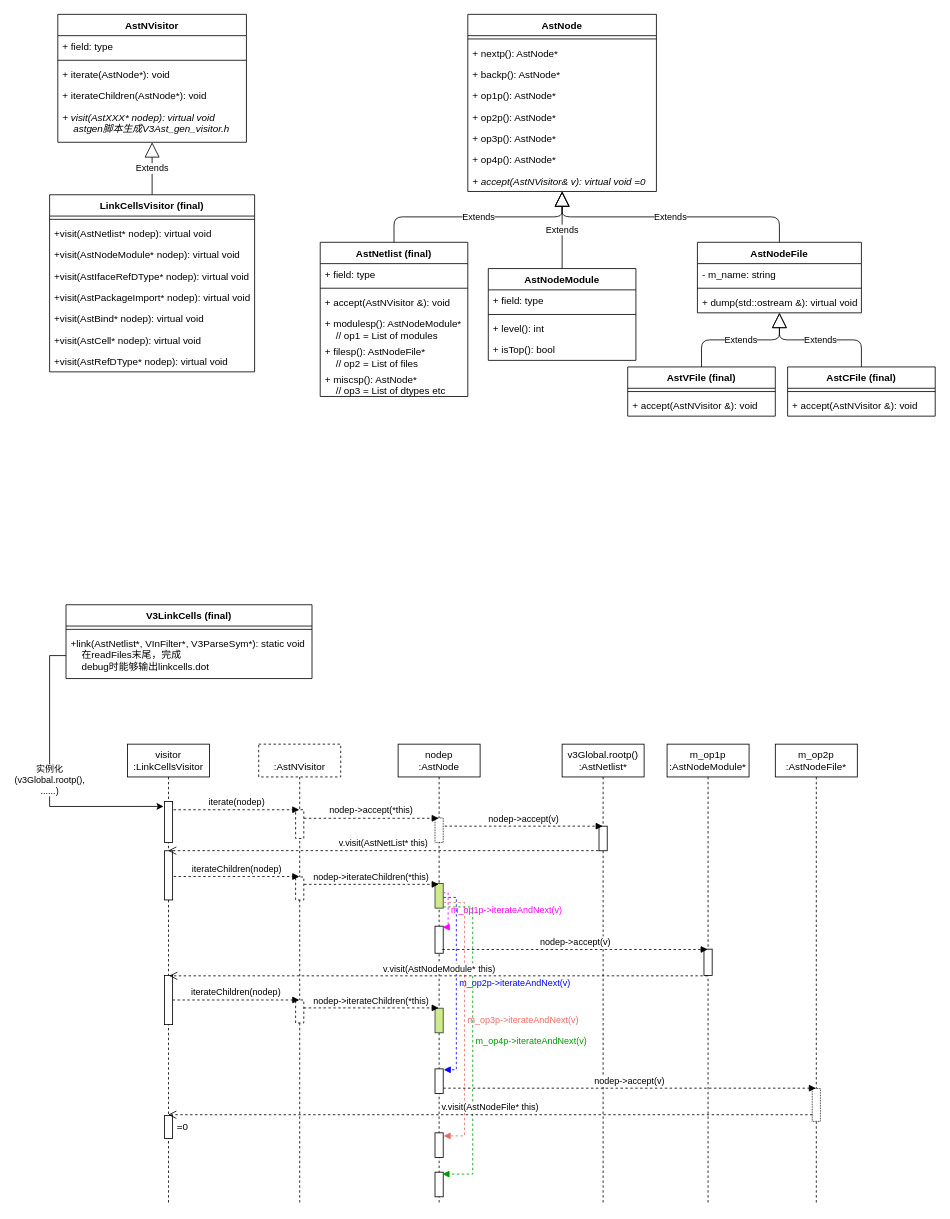
Dercury/CLDK keeps this draw.io diagram as verilator_digrams/V3LinkCells.drawio. Above is the earlier version. Source tidied: cells renumbered, new cells numbered last; positions are measured from the earlier drawing's top-left corner, leaving out a move shared by most shapes. Both pictures are drawn from the tidied source at 82%, with x=0, y=0 at pixel (49, 14).
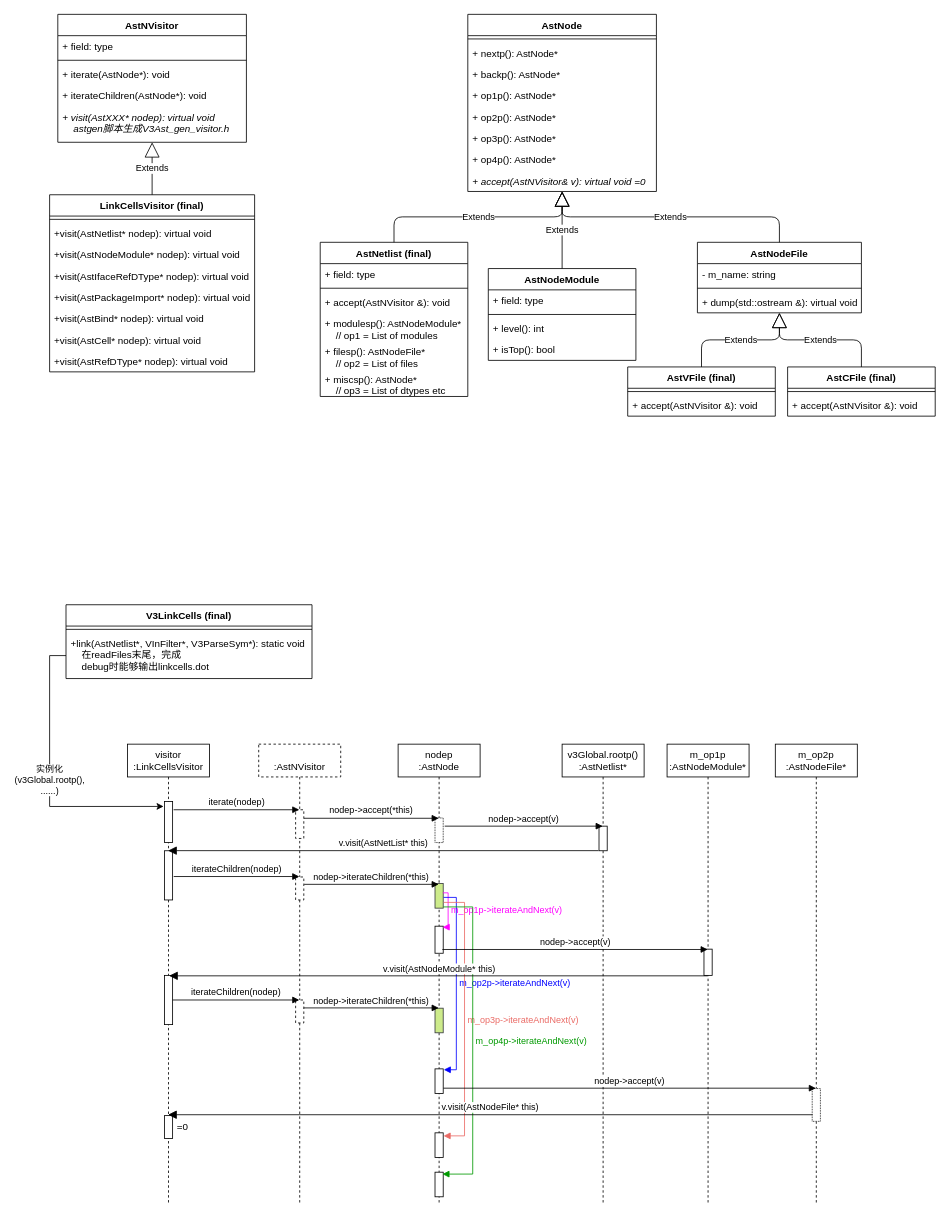
Above is the later version.

Unchanged cells that the change refers to:
```xml
<mxCell id="5" value="visitor&lt;br&gt;:LinkCellsVisitor" style="shape=umlLifeline;perimeter=lifelinePerimeter;whiteSpace=wrap;html=1;outlineConnect=0;" parent="1" vertex="1">
  <mxGeometry x="95" y="890" width="100" height="562" as="geometry" />
</mxCell>
<mxCell id="6" style="html=1;points=[];perimeter=orthogonalPerimeter;" parent="5" vertex="1">
  <mxGeometry x="45" y="70" width="10" height="50" as="geometry" />
</mxCell>
<mxCell id="7" style="html=1;points=[];perimeter=orthogonalPerimeter;" parent="5" vertex="1">
  <mxGeometry x="45" y="130" width="10" height="60" as="geometry" />
</mxCell>
<mxCell id="8" style="html=1;points=[];perimeter=orthogonalPerimeter;" parent="5" vertex="1">
  <mxGeometry x="45" y="282" width="10" height="60" as="geometry" />
</mxCell>
<mxCell id="28" value="v3Global.rootp()&lt;br&gt;:AstNetlist*" style="shape=umlLifeline;perimeter=lifelinePerimeter;whiteSpace=wrap;html=1;outlineConnect=0;" parent="1" vertex="1">
  <mxGeometry x="625" y="890" width="100" height="562" as="geometry" />
</mxCell>
<mxCell id="29" style="html=1;points=[];perimeter=orthogonalPerimeter;" parent="28" vertex="1">
  <mxGeometry x="45" y="100" width="10" height="30" as="geometry" />
</mxCell>
<mxCell id="30" value="&lt;br&gt;:AstNVisitor" style="shape=umlLifeline;perimeter=lifelinePerimeter;whiteSpace=wrap;html=1;outlineConnect=0;dashed=1;" parent="1" vertex="1">
  <mxGeometry x="255" y="890" width="100" height="562" as="geometry" />
</mxCell>
<mxCell id="31" style="html=1;points=[];perimeter=orthogonalPerimeter;dashed=1;" parent="30" vertex="1">
  <mxGeometry x="45" y="80" width="10" height="35" as="geometry" />
</mxCell>
<mxCell id="32" style="html=1;points=[];perimeter=orthogonalPerimeter;dashed=1;" parent="30" vertex="1">
  <mxGeometry x="45" y="162" width="10" height="28" as="geometry" />
</mxCell>
<mxCell id="33" style="html=1;points=[];perimeter=orthogonalPerimeter;dashed=1;" parent="30" vertex="1">
  <mxGeometry x="45" y="312" width="10" height="28" as="geometry" />
</mxCell>
<mxCell id="34" value="nodep&lt;br&gt;:AstNode" style="shape=umlLifeline;perimeter=lifelinePerimeter;whiteSpace=wrap;html=1;outlineConnect=0;" parent="1" vertex="1">
  <mxGeometry x="425" y="890" width="100" height="562" as="geometry" />
</mxCell>
<mxCell id="35" style="html=1;points=[];perimeter=orthogonalPerimeter;dashed=1;dashPattern=1 1;" parent="34" vertex="1">
  <mxGeometry x="45" y="90" width="10" height="30" as="geometry" />
</mxCell>
<mxCell id="36" style="html=1;points=[];perimeter=orthogonalPerimeter;fillColor=#cdeb8b;strokeColor=#36393d;" parent="34" vertex="1">
  <mxGeometry x="45" y="170" width="10" height="30" as="geometry" />
</mxCell>
<mxCell id="37" style="html=1;points=[];perimeter=orthogonalPerimeter;" parent="34" vertex="1">
  <mxGeometry x="45" y="222" width="10" height="33" as="geometry" />
</mxCell>
<mxCell id="39" style="html=1;points=[];perimeter=orthogonalPerimeter;" parent="34" vertex="1">
  <mxGeometry x="45" y="396" width="10" height="30" as="geometry" />
</mxCell>
<mxCell id="41" style="html=1;points=[];perimeter=orthogonalPerimeter;" parent="34" vertex="1">
  <mxGeometry x="45" y="474" width="10" height="30" as="geometry" />
</mxCell>
<mxCell id="43" style="html=1;points=[];perimeter=orthogonalPerimeter;" parent="34" vertex="1">
  <mxGeometry x="45" y="522" width="10" height="30" as="geometry" />
</mxCell>
<mxCell id="69" value="m_op1p&lt;br&gt;:AstNodeModule*" style="shape=umlLifeline;perimeter=lifelinePerimeter;whiteSpace=wrap;html=1;outlineConnect=0;" parent="1" vertex="1">
  <mxGeometry x="753" y="890" width="100" height="562" as="geometry" />
</mxCell>
<mxCell id="71" value="m_op2p&lt;br&gt;:AstNodeFile*" style="shape=umlLifeline;perimeter=lifelinePerimeter;whiteSpace=wrap;html=1;outlineConnect=0;" parent="1" vertex="1">
  <mxGeometry x="885" y="890" width="100" height="562" as="geometry" />
</mxCell>
<mxCell id="72" style="html=1;points=[];perimeter=orthogonalPerimeter;dashed=1;dashPattern=1 1;" parent="71" vertex="1">
  <mxGeometry x="45" y="420" width="10" height="40" as="geometry" />
</mxCell>
```

Change to the diagram source:
```diff
@@
-    <mxCell id="38" value="m_op1p-&amp;gt;iterateAndNext(v)" style="edgeStyle=orthogonalEdgeStyle;html=1;align=left;spacingLeft=2;endArrow=block;rounded=0;dashed=1;exitX=0.967;exitY=0.378;exitDx=0;exitDy=0;exitPerimeter=0;entryX=0.933;entryY=0.035;entryDx=0;entryDy=0;entryPerimeter=0;strokeColor=#FF00FF;fontColor=#FF00FF;" parent="34" edge="1" source="36" target="37">
+    <mxCell id="38" value="m_op1p-&amp;gt;iterateAndNext(v)" style="edgeStyle=orthogonalEdgeStyle;html=1;align=left;spacingLeft=2;endArrow=block;rounded=0;exitX=0.967;exitY=0.378;exitDx=0;exitDy=0;exitPerimeter=0;entryX=0.933;entryY=0.035;entryDx=0;entryDy=0;entryPerimeter=0;strokeColor=#FF00FF;fontColor=#FF00FF;" parent="34" edge="1" source="36" target="37">
       <mxGeometry relative="1" as="geometry">
         <Array as="points">
           <mxPoint x="61" y="181" />
           <mxPoint x="61" y="223" />
         </Array>
       </mxGeometry>
     </mxCell>
@@
-    <mxCell id="40" value="m_op2p-&amp;gt;iterateAndNext(v)" style="edgeStyle=orthogonalEdgeStyle;html=1;align=left;spacingLeft=2;endArrow=block;rounded=0;dashed=1;exitX=1.043;exitY=0.562;exitDx=0;exitDy=0;exitPerimeter=0;entryX=1.067;entryY=0.035;entryDx=0;entryDy=0;entryPerimeter=0;strokeColor=#0000FF;fontColor=#0000FF;" parent="34" edge="1" source="36" target="39">
+    <mxCell id="40" value="m_op2p-&amp;gt;iterateAndNext(v)" style="edgeStyle=orthogonalEdgeStyle;html=1;align=left;spacingLeft=2;endArrow=block;rounded=0;exitX=1.043;exitY=0.562;exitDx=0;exitDy=0;exitPerimeter=0;entryX=1.067;entryY=0.035;entryDx=0;entryDy=0;entryPerimeter=0;strokeColor=#0000FF;fontColor=#0000FF;" parent="34" edge="1" source="36" target="39">
       <mxGeometry relative="1" as="geometry">
         <Array as="points">
           <mxPoint x="71" y="187" />
           <mxPoint x="71" y="397" />
         </Array>
       </mxGeometry>
     </mxCell>
@@
-    <mxCell id="42" value="m_op3p-&amp;gt;iterateAndNext(v)" style="edgeStyle=orthogonalEdgeStyle;html=1;align=left;spacingLeft=2;endArrow=block;rounded=0;dashed=1;exitX=1.058;exitY=0.766;exitDx=0;exitDy=0;exitPerimeter=0;entryX=1.043;entryY=0.124;entryDx=0;entryDy=0;entryPerimeter=0;fontColor=#EA6B66;strokeColor=#EA6B66;" parent="34" edge="1" source="36" target="41">
+    <mxCell id="42" value="m_op3p-&amp;gt;iterateAndNext(v)" style="edgeStyle=orthogonalEdgeStyle;html=1;align=left;spacingLeft=2;endArrow=block;rounded=0;exitX=1.058;exitY=0.766;exitDx=0;exitDy=0;exitPerimeter=0;entryX=1.043;entryY=0.124;entryDx=0;entryDy=0;entryPerimeter=0;fontColor=#EA6B66;strokeColor=#EA6B66;" parent="34" edge="1" source="36" target="41">
       <mxGeometry relative="1" as="geometry">
         <Array as="points">
           <mxPoint x="81" y="193" />
           <mxPoint x="81" y="478" />
         </Array>
       </mxGeometry>
     </mxCell>
@@
-    <mxCell id="44" value="m_op4p-&amp;gt;iterateAndNext(v)" style="edgeStyle=orthogonalEdgeStyle;html=1;align=left;spacingLeft=2;endArrow=block;rounded=0;dashed=1;exitX=1.017;exitY=0.95;exitDx=0;exitDy=0;exitPerimeter=0;entryX=0.906;entryY=0.078;entryDx=0;entryDy=0;entryPerimeter=0;fontColor=#009900;strokeColor=#009900;" parent="34" edge="1" source="36" target="43">
+    <mxCell id="44" value="m_op4p-&amp;gt;iterateAndNext(v)" style="edgeStyle=orthogonalEdgeStyle;html=1;align=left;spacingLeft=2;endArrow=block;rounded=0;exitX=1.017;exitY=0.95;exitDx=0;exitDy=0;exitPerimeter=0;entryX=0.906;entryY=0.078;entryDx=0;entryDy=0;entryPerimeter=0;fontColor=#009900;strokeColor=#009900;" parent="34" edge="1" source="36" target="43">
       <mxGeometry relative="1" as="geometry">
         <Array as="points">
           <mxPoint x="91" y="199" />
           <mxPoint x="91" y="524" />
         </Array>
       </mxGeometry>
     </mxCell>
@@
-    <mxCell id="46" value="iterate(nodep)" style="html=1;verticalAlign=bottom;endArrow=block;dashed=1;exitX=1.12;exitY=0.2;exitDx=0;exitDy=0;exitPerimeter=0;" parent="1" edge="1" source="6" target="30">
+    <mxCell id="46" value="iterate(nodep)" style="html=1;verticalAlign=bottom;endArrow=block;exitX=1.12;exitY=0.2;exitDx=0;exitDy=0;exitPerimeter=0;" parent="1" edge="1" source="6" target="30">
       <mxGeometry relative="1" as="geometry" />
     </mxCell>
-    <mxCell id="47" value="v.visit(AstNetList* this)" style="html=1;verticalAlign=bottom;endArrow=open;dashed=1;endSize=8;exitX=-0.067;exitY=0.996;exitDx=0;exitDy=0;exitPerimeter=0;" parent="1" edge="1" source="29" target="5">
+    <mxCell id="47" value="v.visit(AstNetList* this)" style="html=1;verticalAlign=bottom;endArrow=block;endSize=8;exitX=-0.067;exitY=0.996;exitDx=0;exitDy=0;exitPerimeter=0;endFill=1;" parent="1" edge="1" source="29" target="5">
       <mxGeometry relative="1" as="geometry" />
     </mxCell>
-    <mxCell id="48" value="nodep-&amp;gt;accept(*this)" style="html=1;verticalAlign=bottom;endArrow=block;dashed=1;exitX=1.02;exitY=0.297;exitDx=0;exitDy=0;exitPerimeter=0;" parent="1" edge="1" source="31" target="34">
+    <mxCell id="48" value="nodep-&amp;gt;accept(*this)" style="html=1;verticalAlign=bottom;endArrow=block;exitX=1.02;exitY=0.297;exitDx=0;exitDy=0;exitPerimeter=0;" parent="1" edge="1" source="31" target="34">
       <mxGeometry relative="1" as="geometry" />
     </mxCell>
-    <mxCell id="49" value="nodep-&amp;gt;accept(v)" style="html=1;verticalAlign=bottom;endArrow=block;dashed=1;exitX=1.18;exitY=0.333;exitDx=0;exitDy=0;exitPerimeter=0;" parent="1" edge="1" source="35" target="28">
+    <mxCell id="49" value="nodep-&amp;gt;accept(v)" style="html=1;verticalAlign=bottom;endArrow=block;exitX=1.18;exitY=0.333;exitDx=0;exitDy=0;exitPerimeter=0;" parent="1" edge="1" source="35" target="28">
       <mxGeometry relative="1" as="geometry" />
     </mxCell>
@@
-    <mxCell id="67" value="iterateChildren(nodep)" style="html=1;verticalAlign=bottom;endArrow=block;dashed=1;exitX=1.133;exitY=0.524;exitDx=0;exitDy=0;exitPerimeter=0;" parent="1" edge="1" source="7" target="30">
+    <mxCell id="67" value="iterateChildren(nodep)" style="html=1;verticalAlign=bottom;endArrow=block;exitX=1.133;exitY=0.524;exitDx=0;exitDy=0;exitPerimeter=0;" parent="1" edge="1" source="7" target="30">
       <mxGeometry relative="1" as="geometry" />
     </mxCell>
-    <mxCell id="68" value="nodep-&amp;gt;iterateChildren(*this)" style="html=1;verticalAlign=bottom;endArrow=block;dashed=1;exitX=1.043;exitY=0.32;exitDx=0;exitDy=0;exitPerimeter=0;" parent="1" edge="1" source="32" target="34">
+    <mxCell id="68" value="nodep-&amp;gt;iterateChildren(*this)" style="html=1;verticalAlign=bottom;endArrow=block;exitX=1.043;exitY=0.32;exitDx=0;exitDy=0;exitPerimeter=0;" parent="1" edge="1" source="32" target="34">
       <mxGeometry relative="1" as="geometry" />
     </mxCell>
@@
-    <mxCell id="86" value="nodep-&amp;gt;accept(v)" style="html=1;verticalAlign=bottom;endArrow=block;dashed=1;exitX=1.017;exitY=0.785;exitDx=0;exitDy=0;exitPerimeter=0;" parent="1" edge="1" source="39" target="71">
+    <mxCell id="86" value="nodep-&amp;gt;accept(v)" style="html=1;verticalAlign=bottom;endArrow=block;exitX=1.017;exitY=0.785;exitDx=0;exitDy=0;exitPerimeter=0;" parent="1" edge="1" source="39" target="71">
       <mxGeometry relative="1" as="geometry" />
     </mxCell>
-    <mxCell id="87" value="v.visit(AstNodeModule* this)" style="html=1;verticalAlign=bottom;endArrow=open;dashed=1;endSize=8;entryX=0.572;entryY=0.009;entryDx=0;entryDy=0;entryPerimeter=0;" parent="1" edge="1" source="69" target="8">
+    <mxCell id="87" value="v.visit(AstNodeModule* this)" style="html=1;verticalAlign=bottom;endArrow=block;endSize=8;entryX=0.572;entryY=0.009;entryDx=0;entryDy=0;entryPerimeter=0;endFill=1;" parent="1" edge="1" source="69" target="8">
       <mxGeometry relative="1" as="geometry" />
     </mxCell>
-    <mxCell id="88" value="v.visit(AstNodeFile* this)" style="html=1;verticalAlign=bottom;endArrow=open;dashed=1;endSize=8;exitX=0.038;exitY=0.798;exitDx=0;exitDy=0;exitPerimeter=0;" parent="1" edge="1" source="72" target="5">
+    <mxCell id="88" value="v.visit(AstNodeFile* this)" style="html=1;verticalAlign=bottom;endArrow=block;endSize=8;exitX=0.038;exitY=0.798;exitDx=0;exitDy=0;exitPerimeter=0;endFill=1;" parent="1" edge="1" source="72" target="5">
       <mxGeometry relative="1" as="geometry" />
     </mxCell>
-    <mxCell id="89" value="iterateChildren(nodep)" style="html=1;verticalAlign=bottom;endArrow=block;dashed=1;" parent="1" edge="1" source="8" target="30">
+    <mxCell id="89" value="iterateChildren(nodep)" style="html=1;verticalAlign=bottom;endArrow=block;" parent="1" edge="1" source="8" target="30">
       <mxGeometry relative="1" as="geometry" />
     </mxCell>
-    <mxCell id="90" value="nodep-&amp;gt;iterateChildren(*this)" style="html=1;verticalAlign=bottom;endArrow=block;dashed=1;exitX=1;exitY=0.345;exitDx=0;exitDy=0;exitPerimeter=0;" parent="1" edge="1" source="33" target="34">
+    <mxCell id="90" value="nodep-&amp;gt;iterateChildren(*this)" style="html=1;verticalAlign=bottom;endArrow=block;exitX=1;exitY=0.345;exitDx=0;exitDy=0;exitPerimeter=0;" parent="1" edge="1" source="33" target="34">
       <mxGeometry relative="1" as="geometry" />
     </mxCell>
-    <mxCell id="91" value="nodep-&amp;gt;accept(v)" style="html=1;verticalAlign=bottom;endArrow=block;dashed=1;exitX=0.895;exitY=0.861;exitDx=0;exitDy=0;exitPerimeter=0;" parent="1" edge="1" source="37" target="69">
+    <mxCell id="91" value="nodep-&amp;gt;accept(v)" style="html=1;verticalAlign=bottom;endArrow=block;exitX=0.895;exitY=0.861;exitDx=0;exitDy=0;exitPerimeter=0;" parent="1" edge="1" source="37" target="69">
       <mxGeometry relative="1" as="geometry" />
     </mxCell>
```
